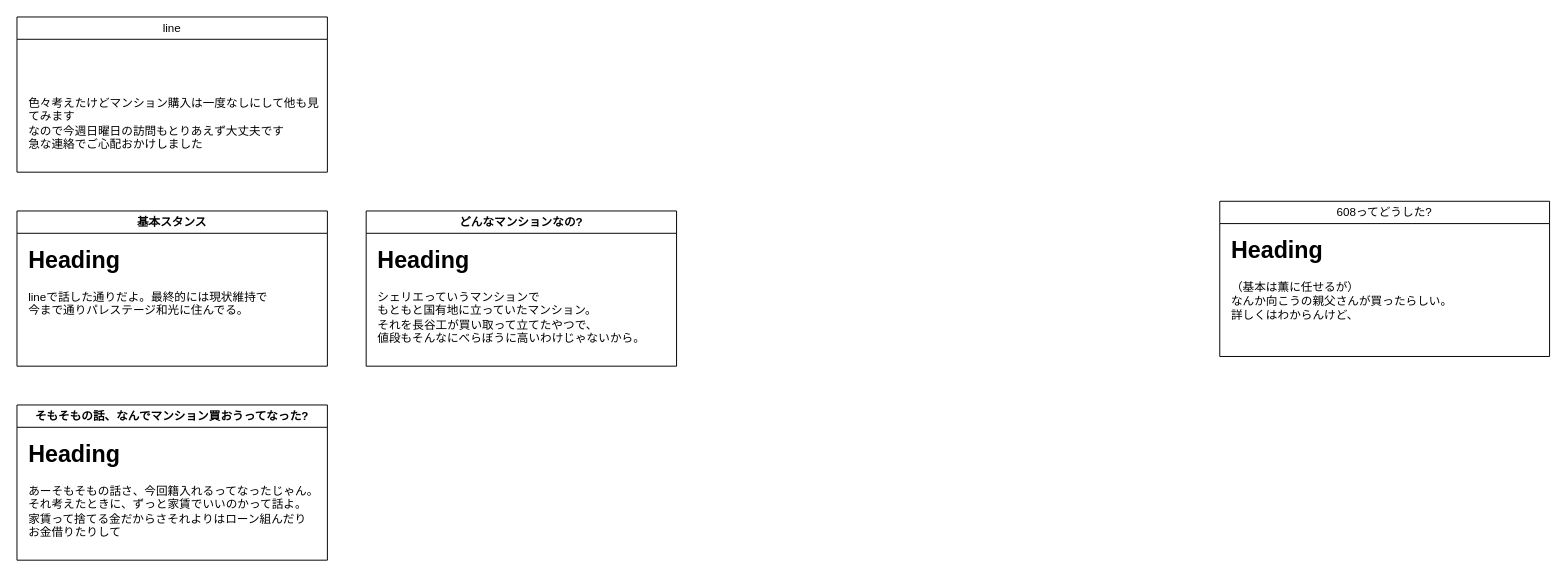
This is page "0503" (2 of 4) of draw.io/psy_case.drawio from minegishirei/psy, a draw.io file, before an edit. Source tidied: cells renumbered, new cells numbered last; positions are measured from the earlier drawing's top-left corner, leaving out a move shared by most shapes. Both pictures are drawn from the tidied source at 97%, with x=0, y=0 at pixel (16, 16).
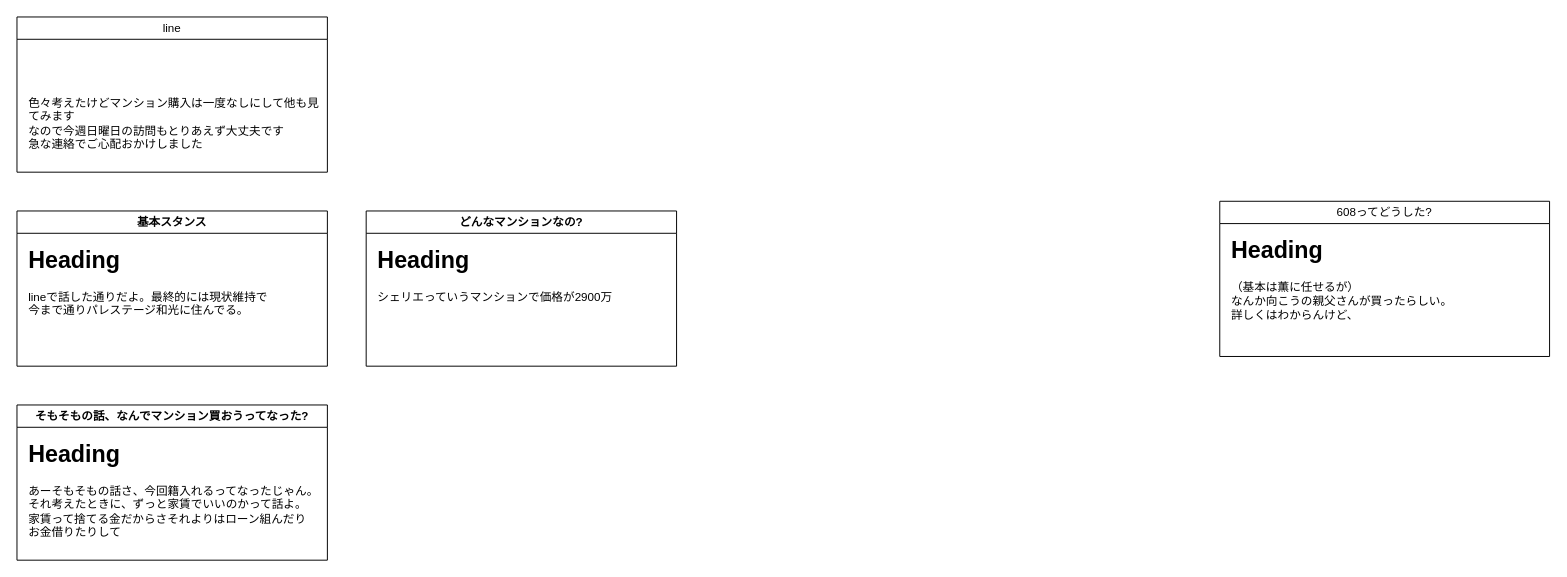
Above is the later version.

Change to the diagram source:
```diff
@@
 <mxGraphModel>
   <root>
     <mxCell id="0" />
     <mxCell id="1" parent="0" />
     <mxCell id="2" value="基本スタンス" style="swimlane;whiteSpace=wrap;html=1;" parent="1" vertex="1">
       <mxGeometry y="200" width="320" height="160" as="geometry" />
     </mxCell>
     <mxCell id="3" value="&lt;h1 style=&quot;margin-top: 0px;&quot;&gt;Heading&lt;/h1&gt;&lt;div&gt;lineで話した通りだよ。最終的には現状維持で&lt;/div&gt;&lt;div&gt;今まで通りパレステージ和光に住んでる。&lt;/div&gt;&lt;div&gt;&lt;br&gt;&lt;/div&gt;" style="text;html=1;whiteSpace=wrap;overflow=hidden;rounded=0;" parent="2" vertex="1">
       <mxGeometry x="10" y="30" width="310" height="120" as="geometry" />
     </mxCell>
     <mxCell id="4" value="&lt;span style=&quot;font-weight: 400; text-align: left;&quot;&gt;608ってどうした?&lt;/span&gt;" style="swimlane;whiteSpace=wrap;html=1;" parent="1" vertex="1">
       <mxGeometry x="1240" y="190" width="340" height="160" as="geometry" />
     </mxCell>
     <mxCell id="5" value="&lt;h1 style=&quot;margin-top: 0px;&quot;&gt;Heading&lt;/h1&gt;&lt;div&gt;（基本は薫に任せるが）&lt;/div&gt;&lt;div&gt;なんか向こうの親父さんが買ったらしい。&lt;/div&gt;&lt;div&gt;詳しくはわからんけど、&lt;/div&gt;" style="text;html=1;whiteSpace=wrap;overflow=hidden;rounded=0;" parent="4" vertex="1">
       <mxGeometry x="10" y="30" width="310" height="120" as="geometry" />
     </mxCell>
     <mxCell id="6" value="&lt;span style=&quot;font-weight: 400; text-align: left;&quot;&gt;line&lt;/span&gt;" style="swimlane;whiteSpace=wrap;html=1;" parent="1" vertex="1">
       <mxGeometry width="320" height="160" as="geometry" />
     </mxCell>
     <mxCell id="7" value="&lt;h1 style=&quot;margin-top: 0px;&quot;&gt;&lt;br&gt;&lt;/h1&gt;&lt;div&gt;&lt;div&gt;色々考えたけどマンション購入は一度なしにして他も見てみます&lt;/div&gt;&lt;div&gt;なので今週日曜日の訪問もとりあえず大丈夫です&lt;/div&gt;&lt;div&gt;急な連絡でご心配おかけしました&lt;/div&gt;&lt;/div&gt;" style="text;html=1;whiteSpace=wrap;overflow=hidden;rounded=0;" parent="6" vertex="1">
       <mxGeometry x="10" y="30" width="310" height="120" as="geometry" />
     </mxCell>
     <mxCell id="8" value="そもそもの話、なんでマンション買おうってなった?" style="swimlane;whiteSpace=wrap;html=1;" parent="1" vertex="1">
       <mxGeometry y="400" width="320" height="160" as="geometry" />
     </mxCell>
     <mxCell id="9" value="&lt;h1 style=&quot;margin-top: 0px;&quot;&gt;Heading&lt;/h1&gt;&lt;div&gt;あーそもそもの話さ、今回籍入れるってなったじゃん。&lt;/div&gt;&lt;div&gt;それ考えたときに、ずっと家賃でいいのかって話よ。&lt;/div&gt;&lt;div&gt;家賃って捨てる金だからさそれよりはローン組んだり&lt;/div&gt;&lt;div&gt;お金借りたりして&lt;/div&gt;" style="text;html=1;whiteSpace=wrap;overflow=hidden;rounded=0;" parent="8" vertex="1">
       <mxGeometry x="10" y="30" width="310" height="120" as="geometry" />
     </mxCell>
     <mxCell id="10" value="どんなマンションなの?" style="swimlane;whiteSpace=wrap;html=1;" parent="1" vertex="1">
       <mxGeometry x="360" y="200" width="320" height="160" as="geometry" />
     </mxCell>
-    <mxCell id="11" value="&lt;h1 style=&quot;margin-top: 0px;&quot;&gt;Heading&lt;/h1&gt;&lt;div&gt;シェリエっていうマンションで&lt;br&gt;&lt;/div&gt;&lt;div&gt;もともと国有地に立っていたマンション。&lt;/div&gt;&lt;div&gt;それを長谷工が買い取って立てたやつで、&lt;/div&gt;&lt;div&gt;値段もそんなにべらぼうに高いわけじゃないから。&lt;/div&gt;&lt;div&gt;&lt;br&gt;&lt;/div&gt;" style="text;html=1;whiteSpace=wrap;overflow=hidden;rounded=0;" parent="10" vertex="1">
+    <mxCell id="11" value="&lt;h1 style=&quot;margin-top: 0px;&quot;&gt;Heading&lt;/h1&gt;&lt;div&gt;シェリエっていうマンションで価格が2900万&lt;/div&gt;&lt;div&gt;&lt;br&gt;&lt;/div&gt;" style="text;html=1;whiteSpace=wrap;overflow=hidden;rounded=0;" parent="10" vertex="1">
       <mxGeometry x="10" y="30" width="310" height="120" as="geometry" />
     </mxCell>
   </root>
 </mxGraphModel>
```
